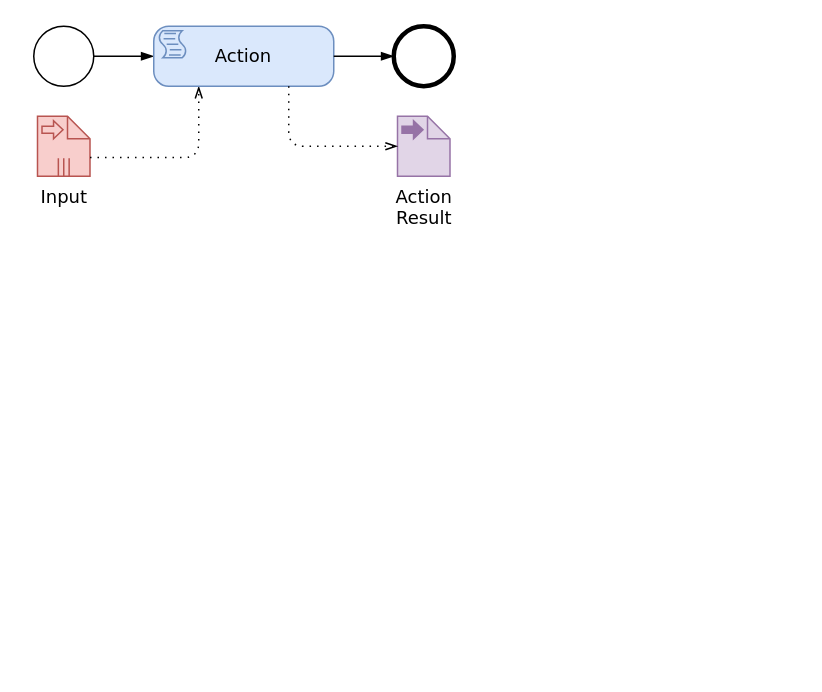
Above: page "action" (1 of 23) of doc/Paper_BPMN_flow.drawio in miguel76/know-flow (draw.io), before the change. Source tidied: cells renumbered, new cells numbered last; positions are measured from the earlier drawing's top-left corner, leaving out a move shared by most shapes. Both pictures are drawn from the tidied source at 150%, with x=0, y=0 at pixel (33, 26).
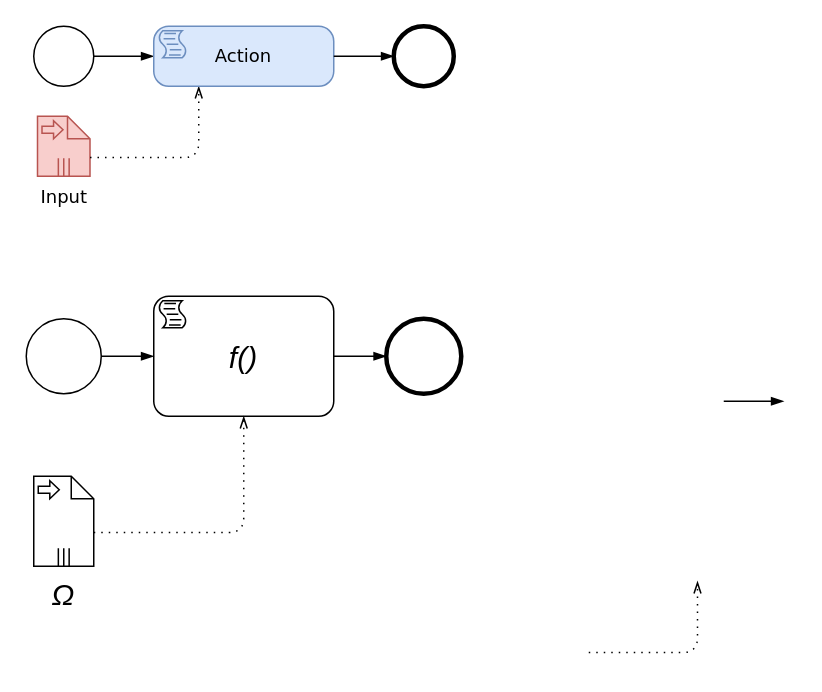
The same page after the edit.

The change refers to these unchanged cells:
```xml
<mxCell id="6" value="Action" style="points=[[0.25,0,0],[0.5,0,0],[0.75,0,0],[1,0.25,0],[1,0.5,0],[1,0.75,0],[0.75,1,0],[0.5,1,0],[0.25,1,0],[0,0.75,0],[0,0.5,0],[0,0.25,0]];shape=mxgraph.bpmn.task;whiteSpace=wrap;rectStyle=rounded;size=10;taskMarker=script;fillColor=#dae8fc;strokeColor=#6c8ebf;fontFamily=Verdana;" parent="1" vertex="1">
  <mxGeometry x="80" width="120" height="40" as="geometry" />
</mxCell>
```

Diff of the diagram source:
```diff
@@
-    <mxCell id="9" value="Action Result" style="shape=mxgraph.bpmn.data;labelPosition=center;verticalLabelPosition=bottom;align=center;verticalAlign=top;whiteSpace=wrap;size=15;html=1;bpmnTransferType=output;fillColor=#e1d5e7;strokeColor=#9673a6;fontFamily=Verdana;" parent="1" vertex="1">
-      <mxGeometry x="242.5" y="60" width="35" height="40" as="geometry" />
-    </mxCell>
-    <mxCell id="10" style="edgeStyle=elbowEdgeStyle;fontSize=12;html=1;endFill=0;startFill=0;endSize=6;startSize=6;dashed=1;dashPattern=1 4;endArrow=openThin;startArrow=none;exitX=0.75;exitY=1;exitDx=0;exitDy=0;exitPerimeter=0;entryX=0;entryY=0.5;entryDx=0;entryDy=0;entryPerimeter=0;" parent="1" edge="1" source="6" target="9">
-      <mxGeometry relative="1" as="geometry">
-        <Array as="points">
-          <mxPoint x="170" y="100" />
-          <mxPoint x="150" y="120" />
-        </Array>
-      </mxGeometry>
-    </mxCell>
+    <mxCell id="11" value="&lt;i&gt;Ω&lt;/i&gt;" style="shape=mxgraph.bpmn.data;labelPosition=center;verticalLabelPosition=bottom;align=center;verticalAlign=top;whiteSpace=wrap;size=15;html=1;bpmnTransferType=input;isCollection=1;fontSize=20;" parent="1" vertex="1">
+      <mxGeometry y="300" width="40" height="60" as="geometry" />
+    </mxCell>
+    <mxCell id="12" value="f()" style="points=[[0.25,0,0],[0.5,0,0],[0.75,0,0],[1,0.25,0],[1,0.5,0],[1,0.75,0],[0.75,1,0],[0.5,1,0],[0.25,1,0],[0,0.75,0],[0,0.5,0],[0,0.25,0]];shape=mxgraph.bpmn.task;whiteSpace=wrap;rectStyle=rounded;size=10;taskMarker=script;fontStyle=2;fontSize=20;" parent="1" vertex="1">
+      <mxGeometry x="80" y="180" width="120" height="80" as="geometry" />
+    </mxCell>
+    <mxCell id="13" style="points=[[0.145,0.145,0],[0.5,0,0],[0.855,0.145,0],[1,0.5,0],[0.855,0.855,0],[0.5,1,0],[0.145,0.855,0],[0,0.5,0]];shape=mxgraph.bpmn.event;html=1;verticalLabelPosition=bottom;labelBackgroundColor=#ffffff;verticalAlign=top;align=center;perimeter=ellipsePerimeter;outlineConnect=0;outline=standard;symbol=general;fontSize=20;" parent="1" vertex="1">
+      <mxGeometry x="-5" y="195" width="50" height="50" as="geometry" />
+    </mxCell>
+    <mxCell id="14" style="points=[[0.145,0.145,0],[0.5,0,0],[0.855,0.145,0],[1,0.5,0],[0.855,0.855,0],[0.5,1,0],[0.145,0.855,0],[0,0.5,0]];shape=mxgraph.bpmn.event;html=1;verticalLabelPosition=bottom;labelBackgroundColor=#ffffff;verticalAlign=top;align=center;perimeter=ellipsePerimeter;outlineConnect=0;outline=end;symbol=terminate2;fontSize=20;" parent="1" vertex="1">
+      <mxGeometry x="235" y="195" width="50" height="50" as="geometry" />
+    </mxCell>
+    <mxCell id="15" style="edgeStyle=elbowEdgeStyle;fontSize=12;html=1;endArrow=blockThin;endFill=1;exitX=1;exitY=0.5;exitDx=0;exitDy=0;exitPerimeter=0;entryX=0;entryY=0.5;entryDx=0;entryDy=0;entryPerimeter=0;" parent="1" edge="1">
+      <mxGeometry relative="1" as="geometry">
+        <mxPoint x="460" y="250" as="sourcePoint" />
+        <mxPoint x="500" y="250" as="targetPoint" />
+      </mxGeometry>
+    </mxCell>
+    <mxCell id="16" style="edgeStyle=elbowEdgeStyle;fontSize=12;html=1;endArrow=blockThin;endFill=1;exitX=1;exitY=0.5;exitDx=0;exitDy=0;exitPerimeter=0;" parent="1" edge="1" source="12" target="14">
+      <mxGeometry relative="1" as="geometry" />
+    </mxCell>
+    <mxCell id="17" style="edgeStyle=elbowEdgeStyle;fontSize=12;html=1;endArrow=blockThin;endFill=1;exitX=1;exitY=0.5;exitDx=0;exitDy=0;exitPerimeter=0;entryX=0;entryY=0.5;entryDx=0;entryDy=0;entryPerimeter=0;" parent="1" edge="1" source="13" target="12">
+      <mxGeometry relative="1" as="geometry">
+        <Array as="points">
+          <mxPoint x="60" y="220" />
+          <mxPoint x="210" y="300" />
+          <mxPoint x="240" y="380" />
+        </Array>
+      </mxGeometry>
+    </mxCell>
+    <mxCell id="18" style="edgeStyle=elbowEdgeStyle;fontSize=12;html=1;endFill=0;startFill=0;endSize=6;startSize=6;dashed=1;dashPattern=1 4;endArrow=openThin;startArrow=none;exitX=0;exitY=0;exitDx=40;exitDy=37.5;exitPerimeter=0;entryX=0.5;entryY=1;entryDx=0;entryDy=0;entryPerimeter=0;" parent="1" edge="1" source="11" target="12">
+      <mxGeometry relative="1" as="geometry">
+        <Array as="points">
+          <mxPoint x="140" y="320" />
+          <mxPoint x="173.5" y="360" />
+          <mxPoint x="143.5" y="370" />
+          <mxPoint x="173.5" y="420" />
+          <mxPoint x="203.5" y="400" />
+        </Array>
+      </mxGeometry>
+    </mxCell>
+    <mxCell id="19" style="edgeStyle=elbowEdgeStyle;fontSize=12;html=1;endFill=0;startFill=0;endSize=6;startSize=6;dashed=1;dashPattern=1 4;endArrow=openThin;startArrow=none;exitX=0;exitY=0;exitDx=35;exitDy=27.5;exitPerimeter=0;entryX=0.25;entryY=1;entryDx=0;entryDy=0;entryPerimeter=0;" parent="1" edge="1">
+      <mxGeometry relative="1" as="geometry">
+        <mxPoint x="370" y="417.5" as="sourcePoint" />
+        <mxPoint x="442.5" y="370" as="targetPoint" />
+        <Array as="points">
+          <mxPoint x="442.5" y="400" />
+          <mxPoint x="412.5" y="410" />
+          <mxPoint x="442.5" y="460" />
+          <mxPoint x="472.5" y="440" />
+        </Array>
+      </mxGeometry>
+    </mxCell>
```
